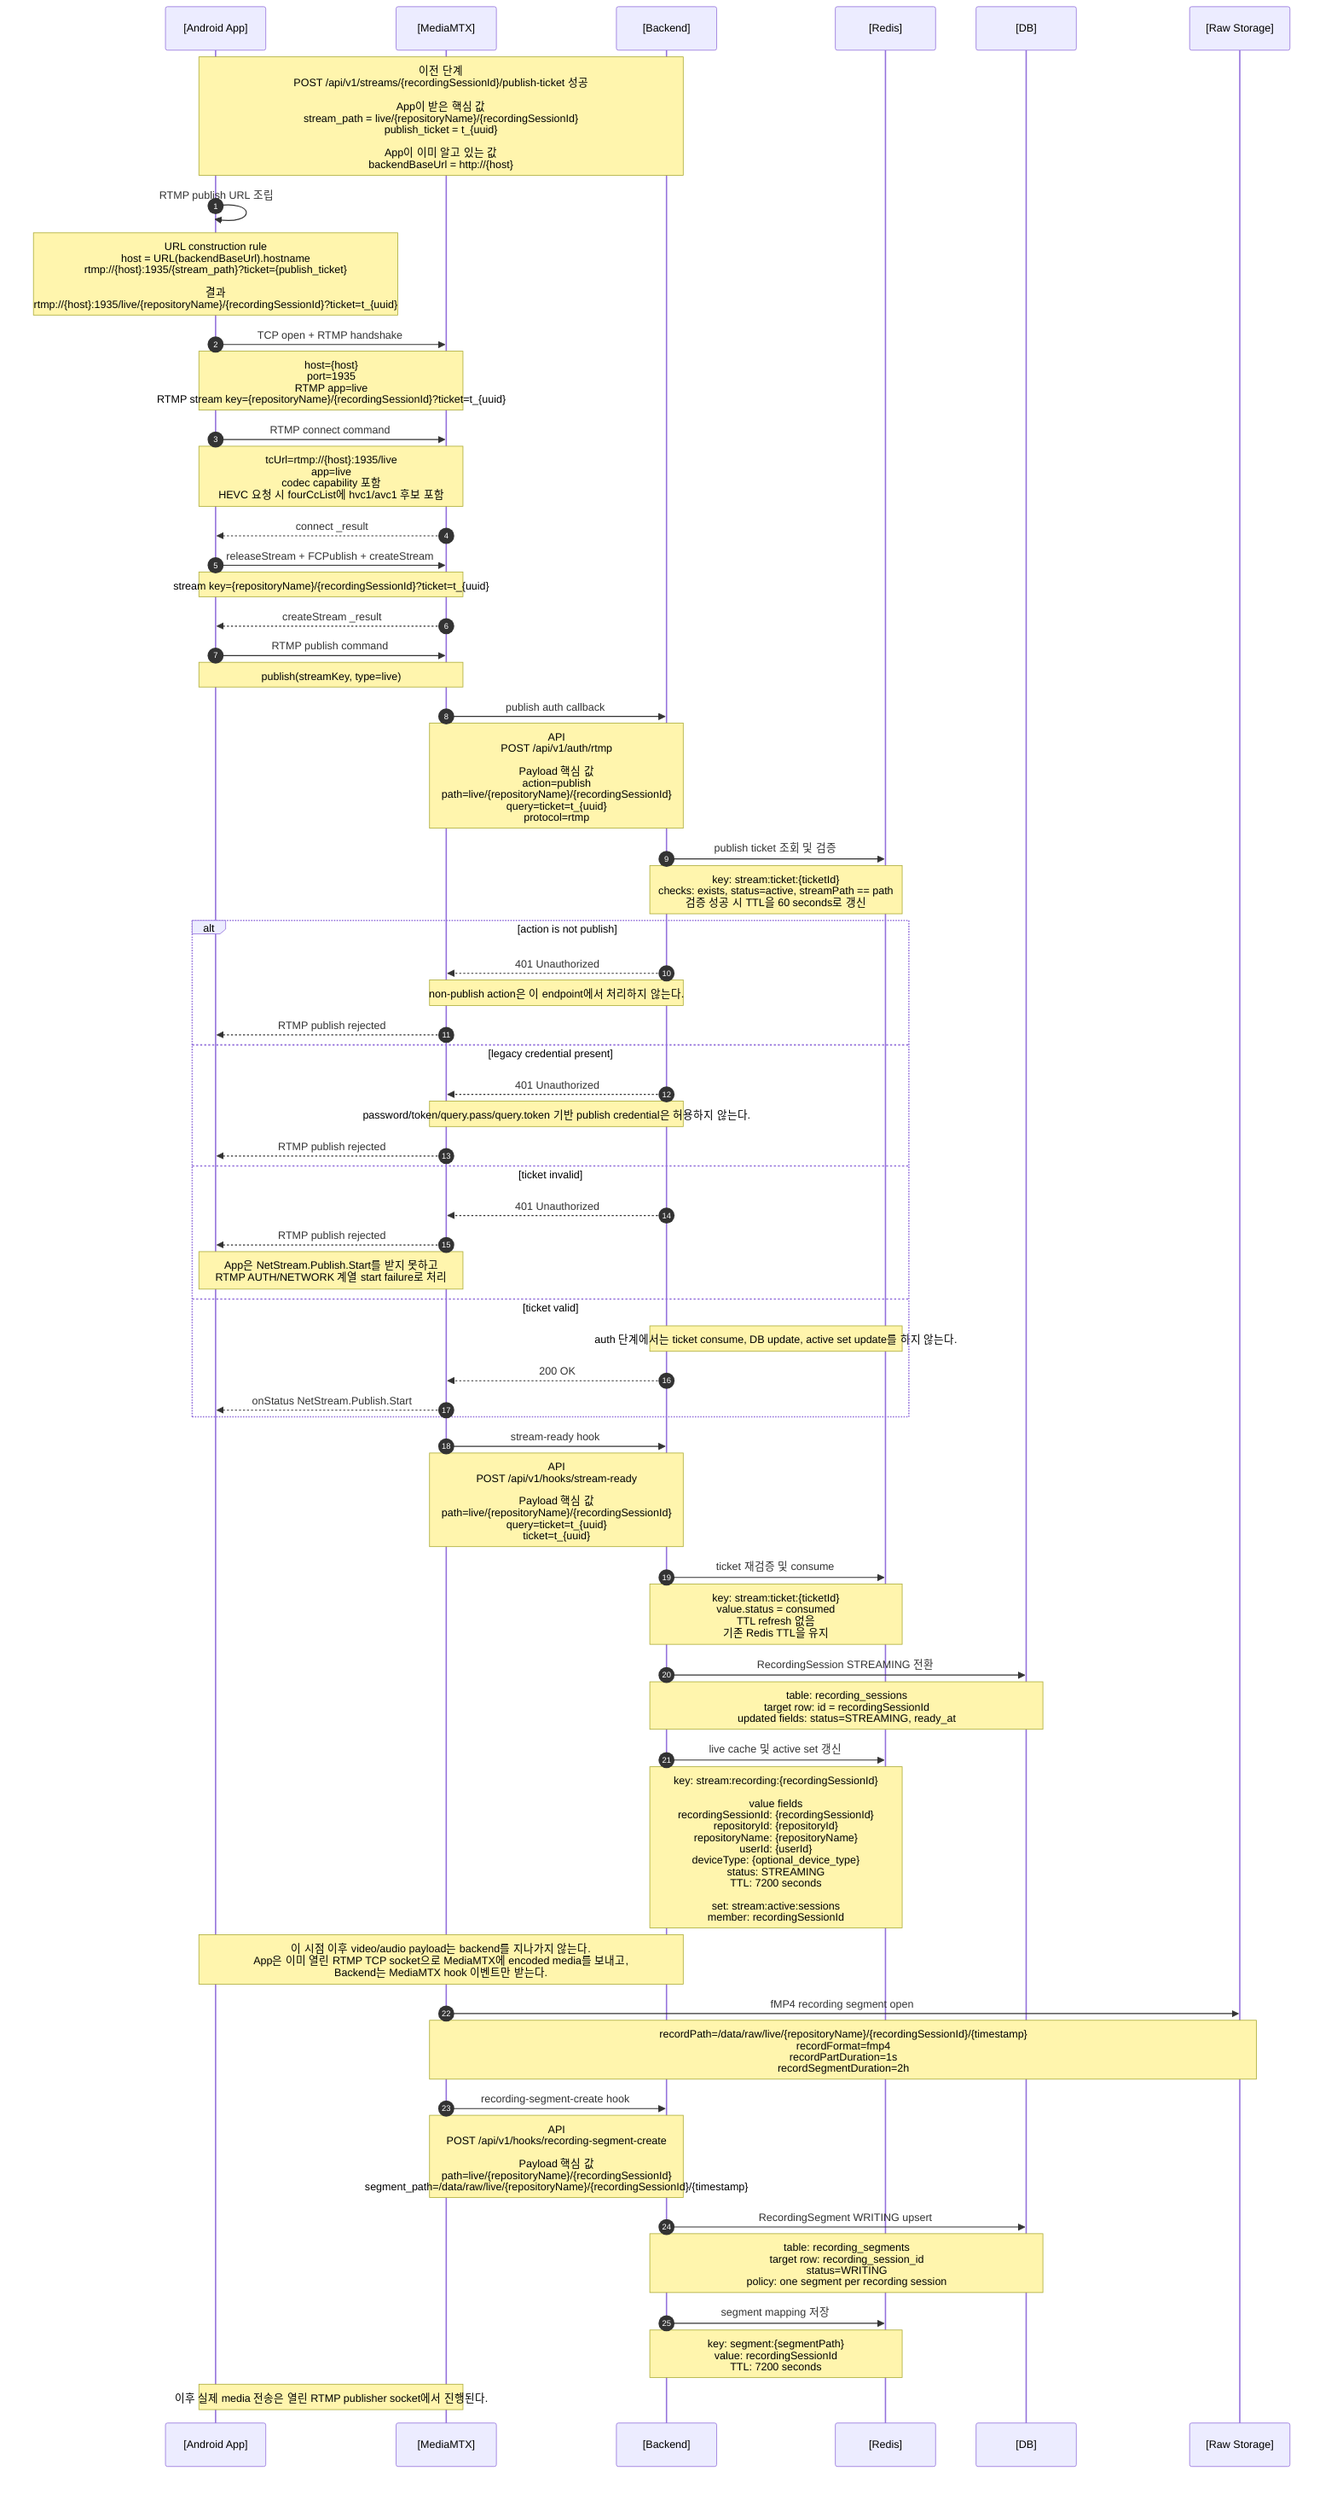
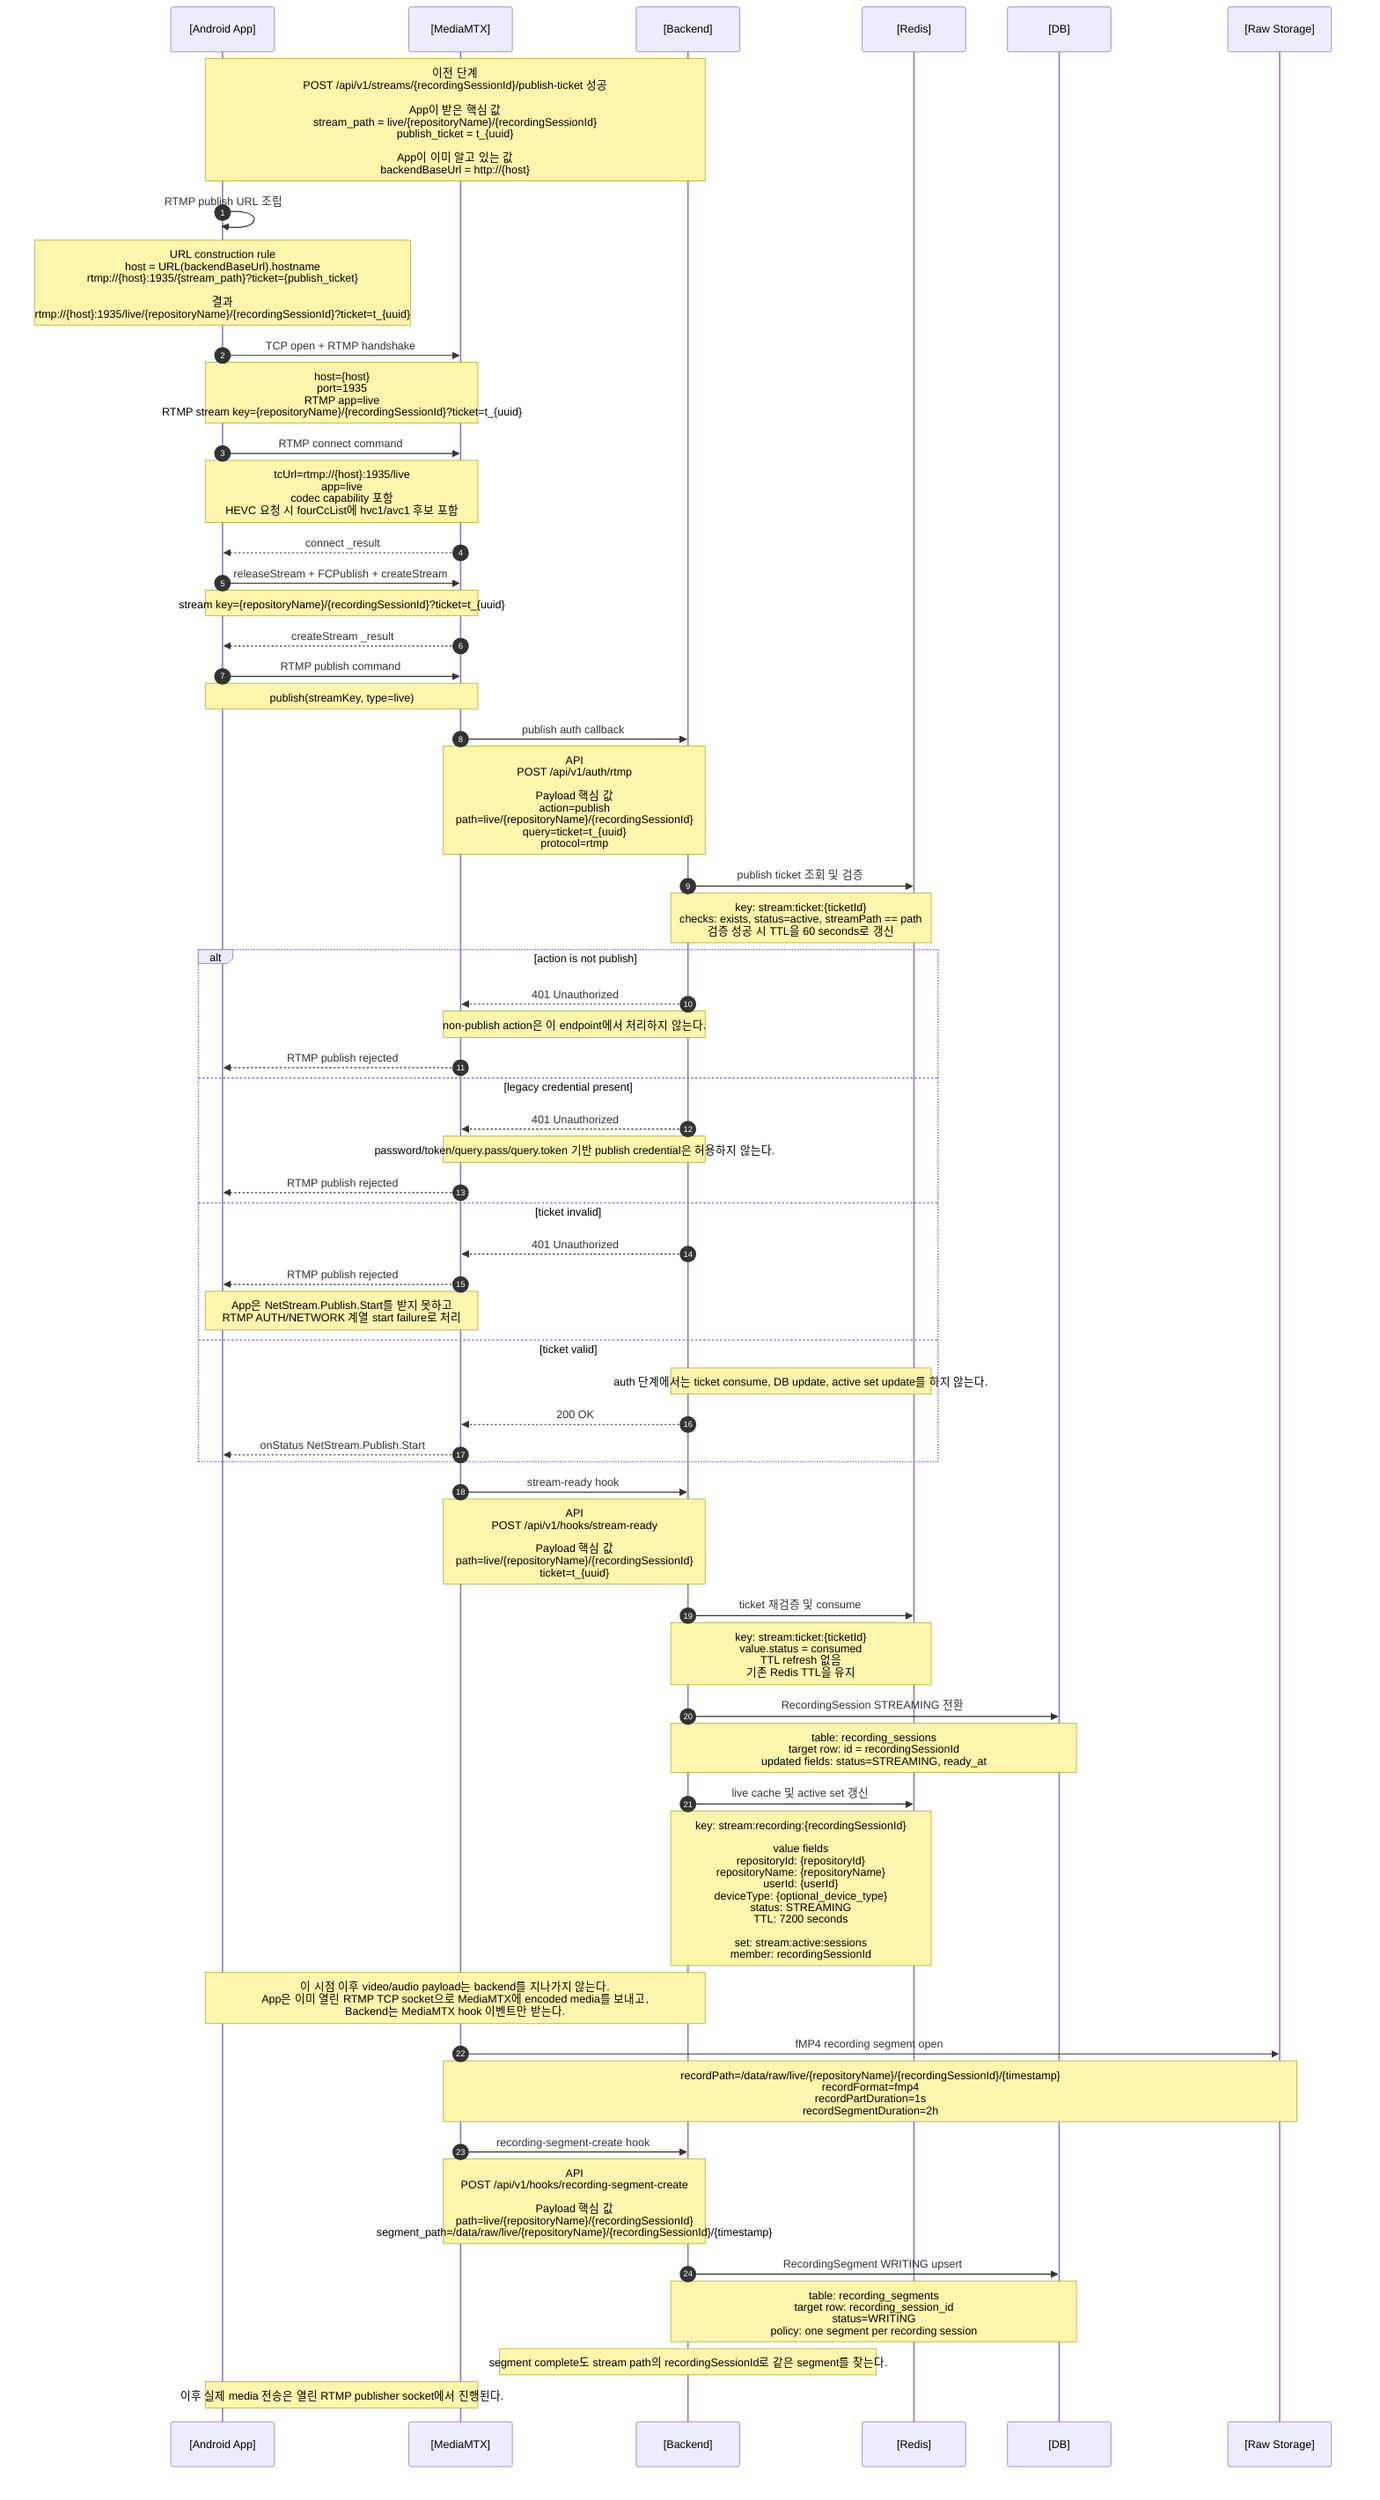
sequenceDiagram
  autonumber
  participant App as [Android App]
  participant MTX as [MediaMTX]
  participant Backend as [Backend]
  participant Redis as [Redis]
  participant DB as [DB]
  participant Storage as [Raw Storage]

  Note over App,Backend: 이전 단계<br/>POST /api/v1/streams/{recordingSessionId}/publish-ticket 성공<br/><br/>App이 받은 핵심 값<br/>stream_path = live/{repositoryName}/{recordingSessionId}<br/>publish_ticket = t_{uuid}<br/><br/>App이 이미 알고 있는 값<br/>backendBaseUrl = http://{host}

  App->>App: RTMP publish URL 조립
  Note over App: URL construction rule<br/>host = URL(backendBaseUrl).hostname<br/>rtmp://{host}:1935/{stream_path}?ticket={publish_ticket}<br/><br/>결과<br/>rtmp://{host}:1935/live/{repositoryName}/{recordingSessionId}?ticket=t_{uuid}

  App->>MTX: TCP open + RTMP handshake
  Note over App,MTX: host={host}<br/>port=1935<br/>RTMP app=live<br/>RTMP stream key={repositoryName}/{recordingSessionId}?ticket=t_{uuid}

  App->>MTX: RTMP connect command
  Note over App,MTX: tcUrl=rtmp://{host}:1935/live<br/>app=live<br/>codec capability 포함<br/>HEVC 요청 시 fourCcList에 hvc1/avc1 후보 포함
  MTX-->>App: connect _result

  App->>MTX: releaseStream + FCPublish + createStream
  Note over App,MTX: stream key={repositoryName}/{recordingSessionId}?ticket=t_{uuid}
  MTX-->>App: createStream _result

  App->>MTX: RTMP publish command
  Note over App,MTX: publish(streamKey, type=live)

  MTX->>Backend: publish auth callback
  Note over MTX,Backend: API<br/>POST /api/v1/auth/rtmp<br/><br/>Payload 핵심 값<br/>action=publish<br/>path=live/{repositoryName}/{recordingSessionId}<br/>query=ticket=t_{uuid}<br/>protocol=rtmp

  Backend->>Redis: publish ticket 조회 및 검증
  Note over Backend,Redis: key: stream:ticket:{ticketId}<br/>checks: exists, status=active, streamPath == path<br/>검증 성공 시 TTL을 60 seconds로 갱신

  alt action is not publish
    Backend-->>MTX: 401 Unauthorized
    Note over Backend,MTX: non-publish action은 이 endpoint에서 처리하지 않는다.
    MTX-->>App: RTMP publish rejected
  else legacy credential present
    Backend-->>MTX: 401 Unauthorized
    Note over Backend,MTX: password/token/query.pass/query.token 기반 publish credential은 허용하지 않는다.
    MTX-->>App: RTMP publish rejected
  else ticket invalid
    Backend-->>MTX: 401 Unauthorized
    MTX-->>App: RTMP publish rejected
    Note over App,MTX: App은 NetStream.Publish.Start를 받지 못하고<br/>RTMP AUTH/NETWORK 계열 start failure로 처리
  else ticket valid
    Note over Backend,Redis: auth 단계에서는 ticket consume, DB update, active set update를 하지 않는다.
    Backend-->>MTX: 200 OK
    MTX-->>App: onStatus NetStream.Publish.Start
  end

  MTX->>Backend: stream-ready hook
-   Note over MTX,Backend: API<br/>POST /api/v1/hooks/stream-ready<br/><br/>Payload 핵심 값<br/>path=live/{repositoryName}/{recordingSessionId}<br/>query=ticket=t_{uuid}<br/>ticket=t_{uuid}
+   Note over MTX,Backend: API<br/>POST /api/v1/hooks/stream-ready<br/><br/>Payload 핵심 값<br/>path=live/{repositoryName}/{recordingSessionId}<br/>ticket=t_{uuid}

  Backend->>Redis: ticket 재검증 및 consume
  Note over Backend,Redis: key: stream:ticket:{ticketId}<br/>value.status = consumed<br/>TTL refresh 없음<br/>기존 Redis TTL을 유지

  Backend->>DB: RecordingSession STREAMING 전환
  Note over Backend,DB: table: recording_sessions<br/>target row: id = recordingSessionId<br/>updated fields: status=STREAMING, ready_at

  Backend->>Redis: live cache 및 active set 갱신
-   Note over Backend,Redis: key: stream:recording:{recordingSessionId}<br/><br/>value fields<br/>recordingSessionId: {recordingSessionId}<br/>repositoryId: {repositoryId}<br/>repositoryName: {repositoryName}<br/>userId: {userId}<br/>deviceType: {optional_device_type}<br/>status: STREAMING<br/>TTL: 7200 seconds<br/><br/>set: stream:active:sessions<br/>member: recordingSessionId
+   Note over Backend,Redis: key: stream:recording:{recordingSessionId}<br/><br/>value fields<br/>repositoryId: {repositoryId}<br/>repositoryName: {repositoryName}<br/>userId: {userId}<br/>deviceType: {optional_device_type}<br/>status: STREAMING<br/>TTL: 7200 seconds<br/><br/>set: stream:active:sessions<br/>member: recordingSessionId

  Note over App,Backend: 이 시점 이후 video/audio payload는 backend를 지나가지 않는다.<br/>App은 이미 열린 RTMP TCP socket으로 MediaMTX에 encoded media를 보내고,<br/>Backend는 MediaMTX hook 이벤트만 받는다.

  MTX->>Storage: fMP4 recording segment open
  Note over MTX,Storage: recordPath=/data/raw/live/{repositoryName}/{recordingSessionId}/{timestamp}<br/>recordFormat=fmp4<br/>recordPartDuration=1s<br/>recordSegmentDuration=2h

  MTX->>Backend: recording-segment-create hook
  Note over MTX,Backend: API<br/>POST /api/v1/hooks/recording-segment-create<br/><br/>Payload 핵심 값<br/>path=live/{repositoryName}/{recordingSessionId}<br/>segment_path=/data/raw/live/{repositoryName}/{recordingSessionId}/{timestamp}

  Backend->>DB: RecordingSegment WRITING upsert
  Note over Backend,DB: table: recording_segments<br/>target row: recording_session_id<br/>status=WRITING<br/>policy: one segment per recording session
-   Backend->>Redis: segment mapping 저장
-   Note over Backend,Redis: key: segment:{segmentPath}<br/>value: recordingSessionId<br/>TTL: 7200 seconds
+   Note over Backend: segment complete도 stream path의 recordingSessionId로 같은 segment를 찾는다.

  Note over App,MTX: 이후 실제 media 전송은 열린 RTMP publisher socket에서 진행된다.

%% 참고:
%% 이 문서는 publish-ticket 발급 이후 RTMP publish 인증, stream-ready, live cache 등록,
- %% 첫 recording segment 생성 및 segment mapping 저장까지만 다룬다.
+ %% 첫 recording segment 생성까지만 다룬다.
%% 실제 RTMP media chunk 전송부터 stream 종료, hook 처리, finalize enqueue까지는
%% .mermaid/4.rtmp-stream.mmd에서 다룬다.
